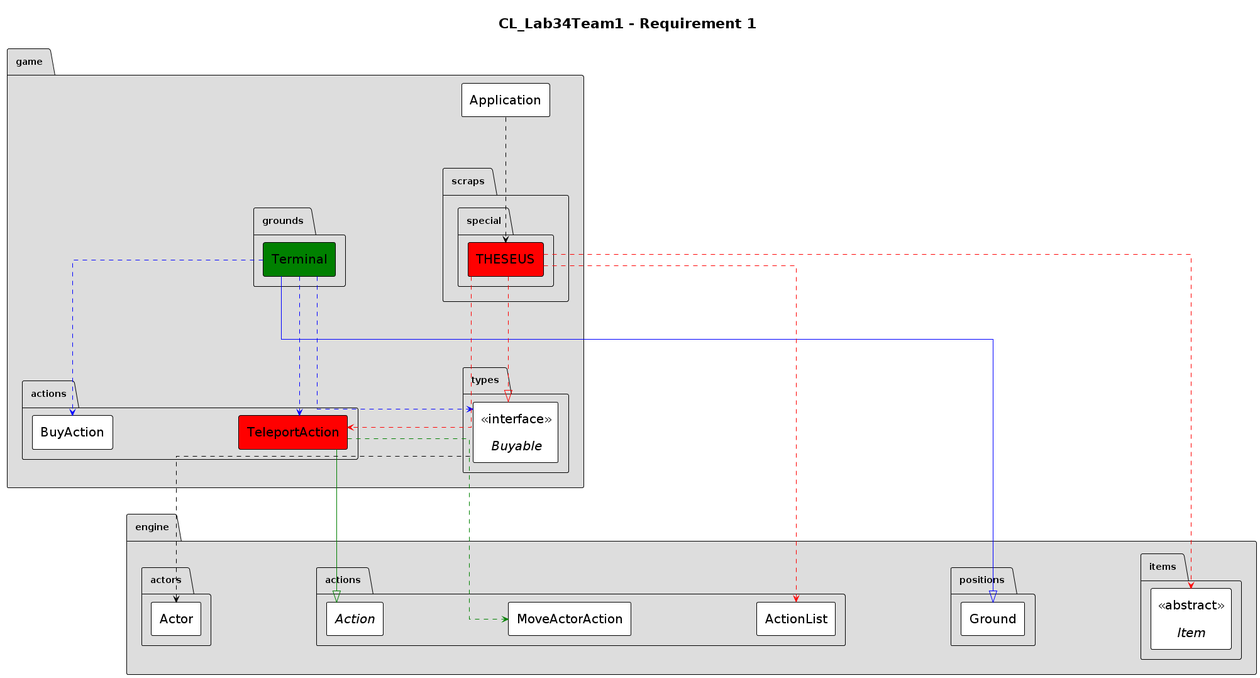
Above: docs/design/assignment3/req01_uml_class.png in BryanChow0112/StaticFactory (PlantUML), before the change. Its diagram source:
```plantuml
@startuml
hide circle
hide empty fields
hide empty methods
!theme plain
top to bottom direction
skinparam ClassStereotypeFontStyle plain
skinparam PackageBackgroundColor #DDDDDD
skinparam linetype ortho
skinparam classfontSize 20
skinparam arrowfontSize 20
skinparam nodesep 200
skinparam ranksep 200
skinparam ClassStereotypeFontSize 20
skinparam padding 10
skinparam linetype ortho

title CL_Lab34Team1 - Requirement 1


package engine.actions {
  abstract class Action
  class ActionList
}

game.actions.TeleportAction --|> engine.actions.Action #green
package game.actions {
  class TeleportAction #red
}

engine.positions.Ground <|--- game.grounds.Terminal #blue
game.grounds.Terminal ..> game.types.Buyable #blue
game.grounds.Terminal .> game.actions.BuyAction #blue
game.grounds.Terminal ..> game.actions.TeleportAction #blue
package game.grounds {
  class Terminal #green
}

game.actions.TeleportAction ..> engine.actions.MoveActorAction #green
package engine.actions {
  class MoveActorAction
}


engine.actors.Actor <... game.types.Buyable
game.scraps.special.THESEUS ..|> game.types.Buyable #red
package game.types {
  interface Buyable <<interface>>
}

game.scraps.special.THESEUS ...> engine.items.Item #red
package engine.items {
  abstract class Item <<abstract>>
}

game.scraps.special.THESEUS ..> engine.actions.ActionList #red
game.scraps.special.THESEUS ..> game.actions.TeleportAction #red
package game.scraps.special {
  class THESEUS #red
}

game.Application ..> game.scraps.special.THESEUS
package game {
  class Application
}
@enduml
```
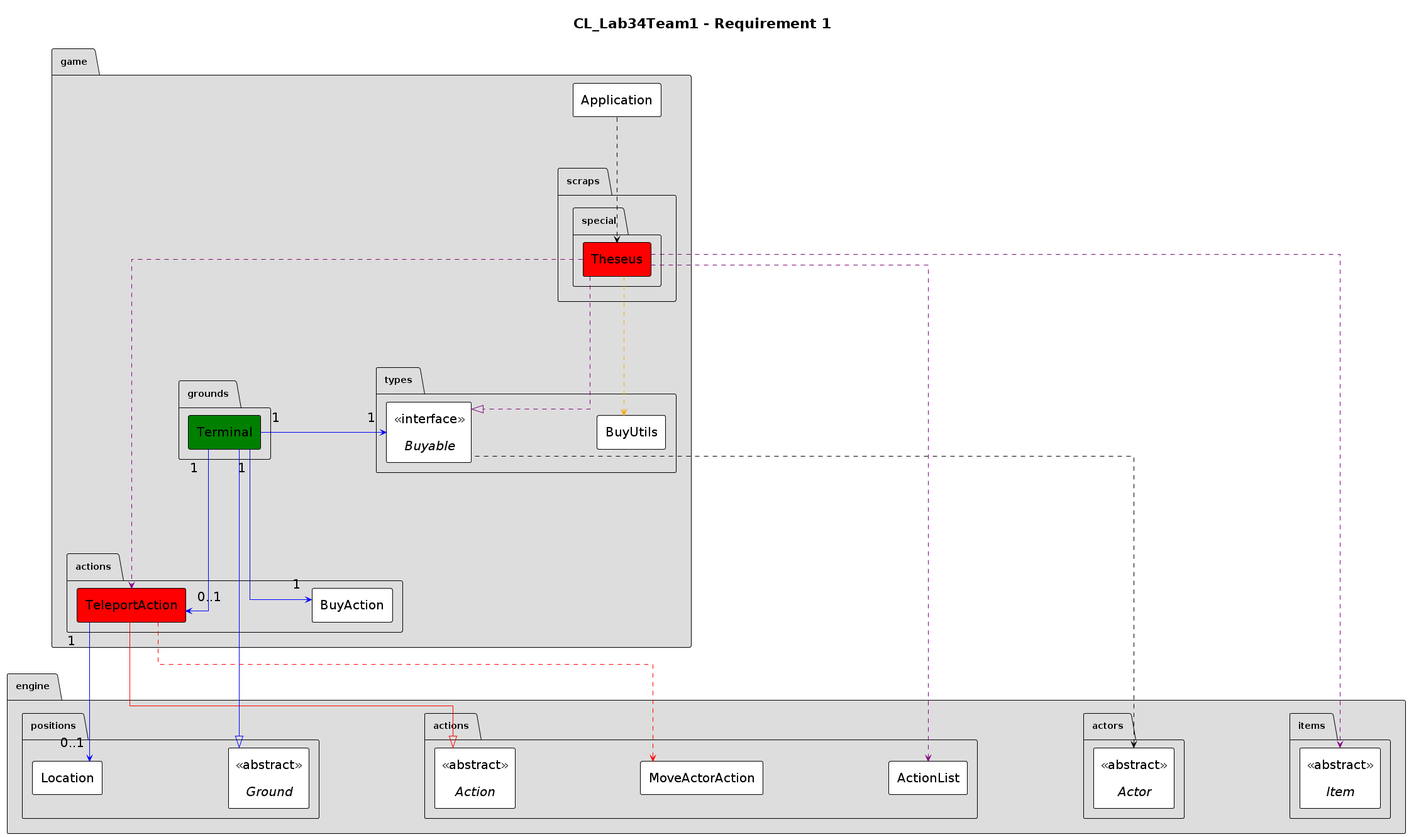
The same file after the commit.

Commit message:
making adjustments to UML text and png

What changed in the source:
```diff
@@ -23,44 +23,66 @@
   class ActionList
 }
 
-game.actions.TeleportAction --|> engine.actions.Action #green
+game.actions.TeleportAction --|> engine.actions.Action #red
 package game.actions {
   class TeleportAction #red
 }
 
-engine.positions.Ground <|--- game.grounds.Terminal #blue
-game.grounds.Terminal ..> game.types.Buyable #blue
-game.grounds.Terminal .> game.actions.BuyAction #blue
-game.grounds.Terminal ..> game.actions.TeleportAction #blue
+engine.positions.Ground <|-- game.grounds.Terminal #blue
+game.grounds.Terminal "1" -> "1" game.types.Buyable #blue
+game.grounds.Terminal "1" -> "1" game.actions.BuyAction #blue
+game.grounds.Terminal "1" --> "0..1" game.actions.TeleportAction #blue
 package game.grounds {
   class Terminal #green
 }
 
-game.actions.TeleportAction ..> engine.actions.MoveActorAction #green
+game.actions.TeleportAction ..> engine.actions.MoveActorAction #red
 package engine.actions {
   class MoveActorAction
 }
 
 
 engine.actors.Actor <... game.types.Buyable
-game.scraps.special.THESEUS ..|> game.types.Buyable #red
+game.scraps.special.Theseus ..|> game.types.Buyable #purple
 package game.types {
   interface Buyable <<interface>>
 }
 
-game.scraps.special.THESEUS ...> engine.items.Item #red
+game.scraps.special.Theseus ...> engine.items.Item #purple
 package engine.items {
   abstract class Item <<abstract>>
 }
 
-game.scraps.special.THESEUS ..> engine.actions.ActionList #red
-game.scraps.special.THESEUS ..> game.actions.TeleportAction #red
+game.scraps.special.Theseus ..> engine.actions.ActionList #purple
+game.scraps.special.Theseus ..> game.actions.TeleportAction #purple
 package game.scraps.special {
-  class THESEUS #red
+  class Theseus #red
 }
 
-game.Application ..> game.scraps.special.THESEUS
+game.Application ..> game.scraps.special.Theseus
 package game {
   class Application
 }
+
+game.scraps.special.Theseus ..> game.types.BuyUtils #orange
+package game.types {
+  class BuyUtils
+}
+
+package engine.actors {
+  abstract class Actor <<abstract>>
+}
+
+game.actions.TeleportAction "1" --> "0..1" engine.positions.Location #blue
+package engine.positions{
+  class Location
+}
+
+package engine.positions{
+  abstract class Ground <<abstract>>
+}
+
+package engine.actions{
+  abstract class Action <<abstract>>
+}
 @enduml
```
